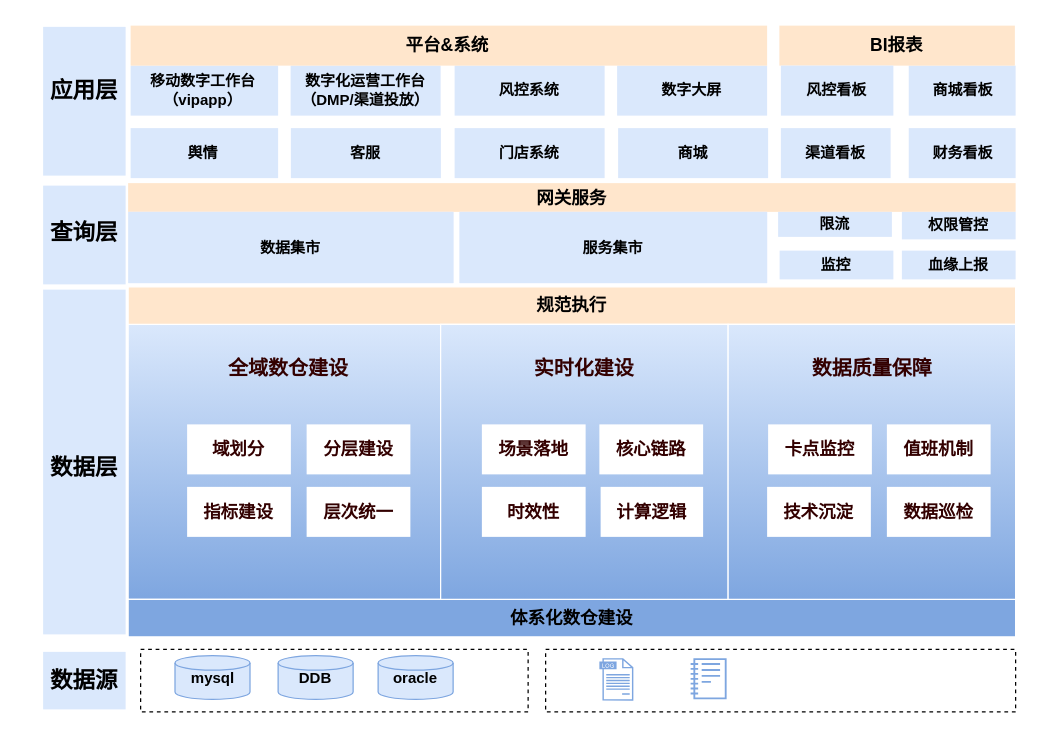
mineminemine123/work-wiki keeps this draw.io diagram as 流量模型设计.drawio. Above is the earlier version. Source tidied: cells renumbered, new cells numbered last; positions are measured from the earlier drawing's top-left corner, leaving out a move shared by most shapes. Both pictures are drawn from the tidied source at 125%, with x=0, y=0 at pixel (21, 24).
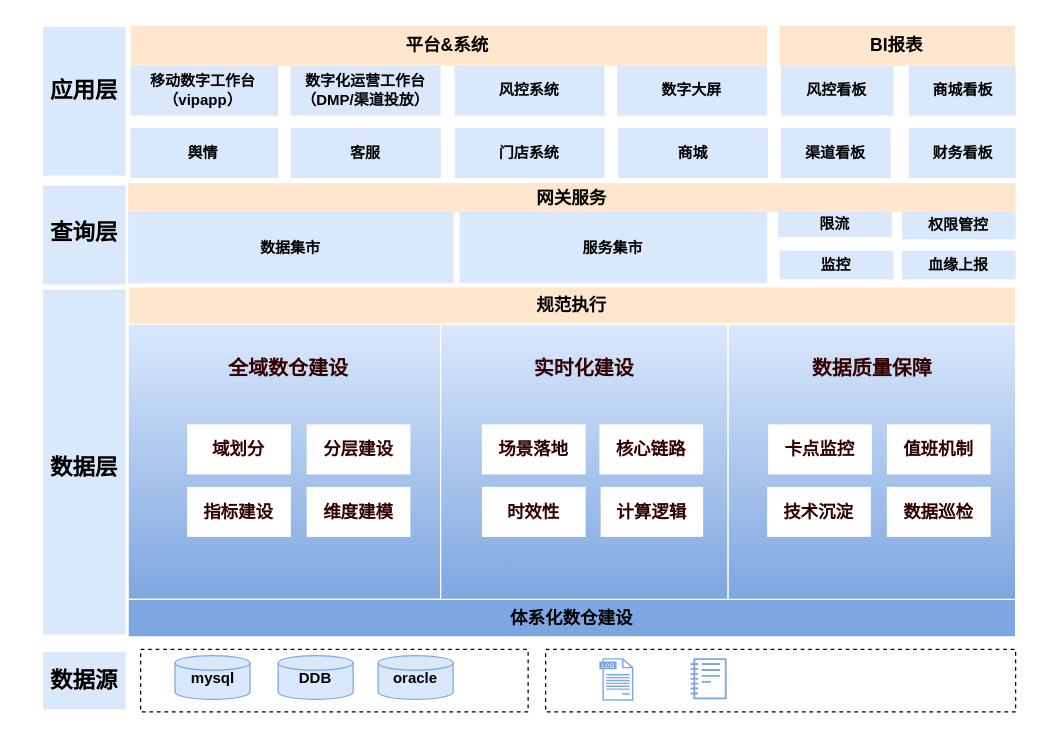
After the change.

Commit message:
更新流量模型设计.drawio

The edit, as a diff of the source:
```diff
@@
-    <mxCell id="46" value="层次统一" style="rounded=0;whiteSpace=wrap;html=1;labelBackgroundColor=#FFFFFF;fillStyle=auto;strokeColor=none;strokeWidth=1;fontFamily=微软雅黑;fontColor=#330000;fillColor=default;dashed=1;fontStyle=1;fontSize=14;" parent="1" vertex="1">
+    <mxCell id="46" value="维度建模" style="rounded=0;whiteSpace=wrap;html=1;labelBackgroundColor=#FFFFFF;fillStyle=auto;strokeColor=none;strokeWidth=1;fontFamily=微软雅黑;fontColor=#330000;fillColor=default;dashed=1;fontStyle=1;fontSize=14;" parent="1" vertex="1">
       <mxGeometry x="227.8" y="370" width="83" height="40" as="geometry" />
     </mxCell>
```
